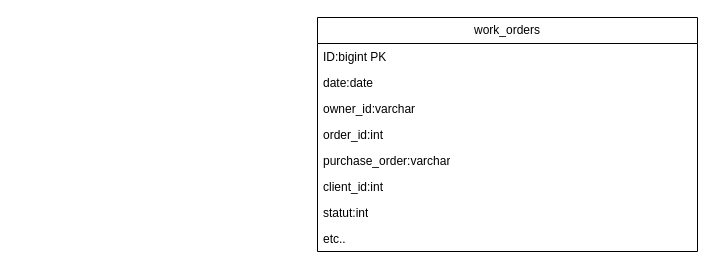
Above: Expenses.drawio in antoineQualtech/DanswerFrontEnd- (draw.io), before the change. Source tidied: cells renumbered, new cells numbered last; positions are measured from the earlier drawing's top-left corner, leaving out a move shared by most shapes. Both pictures are drawn from the tidied source at 100%, with x=0, y=0 at pixel (317, 17).
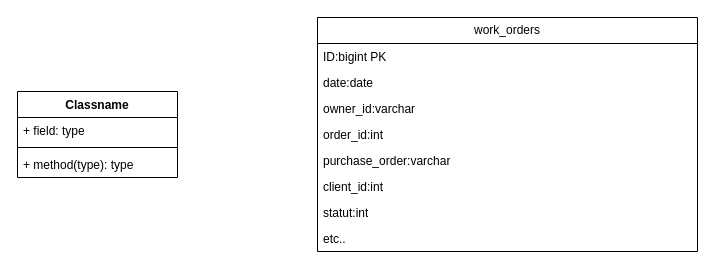
The same page after the edit.

Commit message:
Mettre à jour Expenses.drawio

Change to the diagram source:
```diff
@@
 <mxGraphModel>
   <root>
     <mxCell id="0" />
     <mxCell id="1" parent="0" />
     <mxCell id="2" value="work_orders" style="swimlane;fontStyle=0;horizontal=1;startSize=26;fillColor=none;whiteSpace=wrap;html=1;" parent="1" vertex="1">
       <mxGeometry width="380" height="234" as="geometry" />
     </mxCell>
     <mxCell id="3" value="ID:bigint PK" style="text;strokeColor=none;fillColor=none;align=left;verticalAlign=top;spacingLeft=4;spacingRight=4;overflow=hidden;whiteSpace=wrap;html=1;" parent="2" vertex="1">
       <mxGeometry y="26" width="380" height="26" as="geometry" />
     </mxCell>
     <mxCell id="4" value="date:date" style="text;strokeColor=none;fillColor=none;align=left;verticalAlign=top;spacingLeft=4;spacingRight=4;overflow=hidden;whiteSpace=wrap;html=1;" parent="2" vertex="1">
       <mxGeometry y="52" width="380" height="26" as="geometry" />
     </mxCell>
     <mxCell id="5" value="owner_id:varchar" style="text;strokeColor=none;fillColor=none;align=left;verticalAlign=top;spacingLeft=4;spacingRight=4;overflow=hidden;whiteSpace=wrap;html=1;" parent="2" vertex="1">
       <mxGeometry y="78" width="380" height="26" as="geometry" />
     </mxCell>
     <mxCell id="6" value="order_id:int" style="text;strokeColor=none;fillColor=none;align=left;verticalAlign=top;spacingLeft=4;spacingRight=4;overflow=hidden;whiteSpace=wrap;html=1;" parent="2" vertex="1">
       <mxGeometry y="104" width="380" height="26" as="geometry" />
     </mxCell>
     <mxCell id="7" value="purchase_order:varchar" style="text;strokeColor=none;fillColor=none;align=left;verticalAlign=top;spacingLeft=4;spacingRight=4;overflow=hidden;whiteSpace=wrap;html=1;" parent="2" vertex="1">
       <mxGeometry y="130" width="380" height="26" as="geometry" />
     </mxCell>
     <mxCell id="8" value="client_id:int" style="text;strokeColor=none;fillColor=none;align=left;verticalAlign=top;spacingLeft=4;spacingRight=4;overflow=hidden;whiteSpace=wrap;html=1;" parent="2" vertex="1">
       <mxGeometry y="156" width="380" height="26" as="geometry" />
     </mxCell>
     <mxCell id="9" value="statut:int" style="text;strokeColor=none;fillColor=none;align=left;verticalAlign=top;spacingLeft=4;spacingRight=4;overflow=hidden;whiteSpace=wrap;html=1;" parent="2" vertex="1">
       <mxGeometry y="182" width="380" height="26" as="geometry" />
     </mxCell>
     <mxCell id="10" value="etc.." style="text;strokeColor=none;fillColor=none;align=left;verticalAlign=top;spacingLeft=4;spacingRight=4;overflow=hidden;whiteSpace=wrap;html=1;" parent="2" vertex="1">
       <mxGeometry y="208" width="380" height="26" as="geometry" />
     </mxCell>
+    <mxCell id="11" value="Classname" style="swimlane;fontStyle=1;align=center;verticalAlign=top;horizontal=1;startSize=26;whiteSpace=wrap;html=1;" parent="1" vertex="1">
+      <mxGeometry x="-300" y="74" width="160" height="86" as="geometry" />
+    </mxCell>
+    <mxCell id="12" value="+ field: type" style="text;strokeColor=none;fillColor=none;align=left;verticalAlign=top;spacingLeft=4;spacingRight=4;overflow=hidden;whiteSpace=wrap;html=1;" parent="11" vertex="1">
+      <mxGeometry y="26" width="160" height="26" as="geometry" />
+    </mxCell>
+    <mxCell id="13" style="line;strokeWidth=1;fillColor=none;align=left;verticalAlign=middle;spacingTop=-1;spacingLeft=3;spacingRight=3;labelPosition=right;strokeColor=inherit;" parent="11" vertex="1">
+      <mxGeometry y="52" width="160" height="8" as="geometry" />
+    </mxCell>
+    <mxCell id="14" value="+ method(type): type" style="text;strokeColor=none;fillColor=none;align=left;verticalAlign=top;spacingLeft=4;spacingRight=4;overflow=hidden;whiteSpace=wrap;html=1;" parent="11" vertex="1">
+      <mxGeometry y="60" width="160" height="26" as="geometry" />
+    </mxCell>
   </root>
 </mxGraphModel>
```
